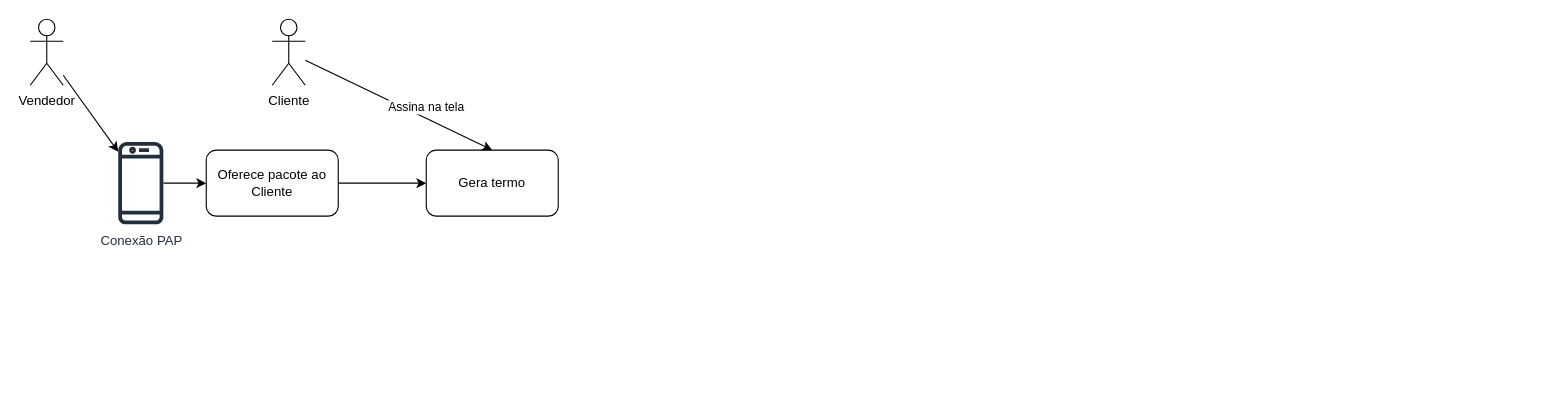
Above: RGC - Geração de termo no Conexão.drawio in samirali/ClaroBrasil (draw.io), before the change. Source tidied: cells renumbered, new cells numbered last; positions are measured from the earlier drawing's top-left corner, leaving out a move shared by most shapes. Both pictures are drawn from the tidied source at 110%, with x=0, y=0 at pixel (30, 19). Pictures stored in the file or linked from it are replaced by grey dashed boxes.
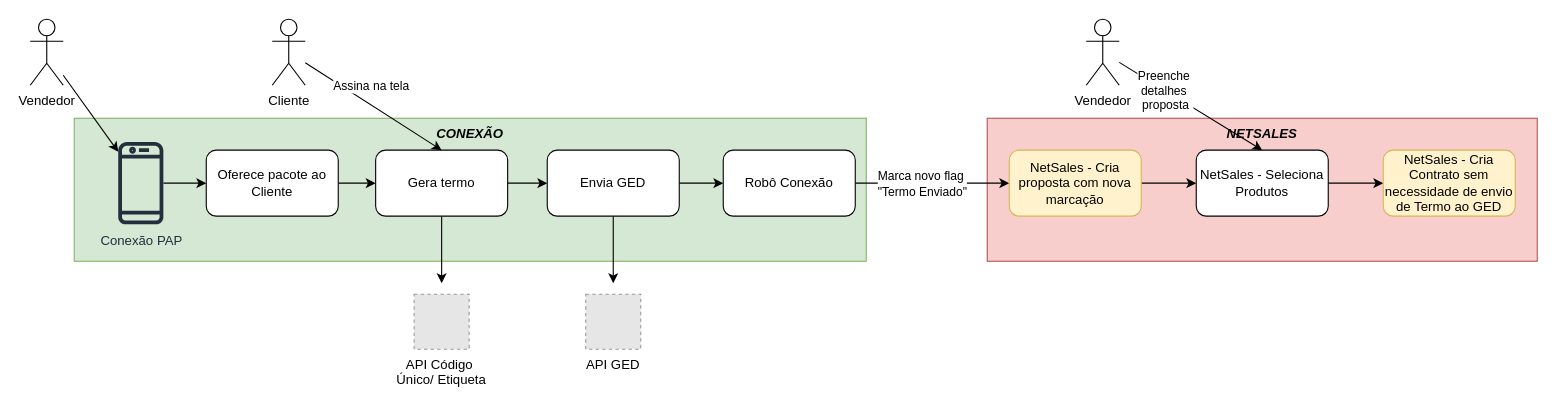
The same diagram, later.

Unchanged cells that the change refers to:
```xml
<mxCell id="10" style="endArrow=classic;html=1;rounded=0;entryX=0.5;entryY=0;entryDx=0;entryDy=0;" parent="1" edge="1" source="9" target="8">
  <mxGeometry relative="1" as="geometry" />
</mxCell>
```

Diff of the diagram source:
```diff
@@
+    <mxCell id="12" value="NETSALES" style="rounded=0;whiteSpace=wrap;html=1;fillColor=#f8cecc;strokeColor=#b85450;verticalAlign=top;fontStyle=3;" parent="1" vertex="1">
+      <mxGeometry x="870" y="90" width="500" height="130" as="geometry" />
+    </mxCell>
+    <mxCell id="13" value="CONEXÃO" style="rounded=0;whiteSpace=wrap;html=1;fillColor=#d5e8d4;strokeColor=#82b366;verticalAlign=top;fontStyle=3;fontColor=#000000;" parent="1" vertex="1">
+      <mxGeometry x="40" y="90" width="720" height="130" as="geometry" />
+    </mxCell>
@@
+    <mxCell id="14" style="edgeStyle=orthogonalEdgeStyle;rounded=0;jettySize=auto;html=1;" parent="1" edge="1" source="8">
+      <mxGeometry relative="1" as="geometry">
+        <mxPoint x="374" y="240" as="targetPoint" />
+      </mxGeometry>
+    </mxCell>
+    <mxCell id="15" style="edgeStyle=orthogonalEdgeStyle;rounded=0;jettySize=auto;html=1;" parent="1" edge="1" source="8" target="18">
+      <mxGeometry relative="1" as="geometry" />
+    </mxCell>
     <mxCell id="8" value="Gera termo" style="whiteSpace=wrap;html=1;rounded=1;" parent="1" vertex="1">
-      <mxGeometry x="360" y="119" width="120" height="60" as="geometry" />
+      <mxGeometry x="314" y="119" width="120" height="60" as="geometry" />
     </mxCell>
@@
     <mxCell id="11" value="Assina na tela" style="edgeLabel;html=1;align=center;verticalAlign=middle;" parent="10" vertex="1">
       <mxGeometry x="-0.25" y="-1" relative="1" as="geometry">
-        <mxPoint x="46" y="11" as="offset" />
+        <mxPoint x="14" y="-10" as="offset" />
       </mxGeometry>
     </mxCell>
+    <mxCell id="16" style="edgeStyle=orthogonalEdgeStyle;rounded=0;jettySize=auto;html=1;entryX=0.5;entryY=0;entryDx=0;entryDy=0;" parent="1" edge="1" source="18">
+      <mxGeometry relative="1" as="geometry">
+        <mxPoint x="530" y="240" as="targetPoint" />
+      </mxGeometry>
+    </mxCell>
+    <mxCell id="17" style="edgeStyle=orthogonalEdgeStyle;rounded=0;jettySize=auto;html=1;" parent="1" edge="1" source="18" target="21">
+      <mxGeometry relative="1" as="geometry" />
+    </mxCell>
+    <mxCell id="18" value="Envia GED" style="whiteSpace=wrap;html=1;rounded=1;" parent="1" vertex="1">
+      <mxGeometry x="470" y="119" width="120" height="60" as="geometry" />
+    </mxCell>
+    <mxCell id="19" style="edgeStyle=orthogonalEdgeStyle;rounded=0;jettySize=auto;html=1;" parent="1" edge="1" source="21" target="23">
+      <mxGeometry relative="1" as="geometry" />
+    </mxCell>
+    <mxCell id="20" value="Marca novo flag&amp;nbsp;&lt;div&gt;&quot;Termo Enviado&quot;&lt;/div&gt;" style="edgeLabel;html=1;align=center;verticalAlign=middle;" parent="19" vertex="1">
+      <mxGeometry x="0.14" y="6" relative="1" as="geometry">
+        <mxPoint x="-20" y="6" as="offset" />
+      </mxGeometry>
+    </mxCell>
+    <mxCell id="21" value="Robô Conexão" style="whiteSpace=wrap;html=1;rounded=1;" parent="1" vertex="1">
+      <mxGeometry x="630" y="119" width="120" height="60" as="geometry" />
+    </mxCell>
+    <mxCell id="22" style="edgeStyle=orthogonalEdgeStyle;rounded=0;jettySize=auto;html=1;" parent="1" edge="1" source="23" target="25">
+      <mxGeometry relative="1" as="geometry" />
+    </mxCell>
+    <mxCell id="23" value="NetSales - Cria proposta&amp;nbsp;&lt;span style=&quot;background-color: transparent; color: light-dark(rgb(0, 0, 0), rgb(255, 255, 255));&quot;&gt;com nova marcação&lt;/span&gt;" style="whiteSpace=wrap;html=1;rounded=1;fillColor=#fff2cc;strokeColor=#d6b656;" parent="1" vertex="1">
+      <mxGeometry x="890" y="119" width="120" height="60" as="geometry" />
+    </mxCell>
+    <mxCell id="24" style="edgeStyle=orthogonalEdgeStyle;rounded=0;jettySize=auto;html=1;" parent="1" edge="1" source="25" target="29">
+      <mxGeometry relative="1" as="geometry" />
+    </mxCell>
+    <mxCell id="25" value="NetSales - Seleciona Produtos" style="whiteSpace=wrap;html=1;rounded=1;" parent="1" vertex="1">
+      <mxGeometry x="1060" y="119" width="120" height="60" as="geometry" />
+    </mxCell>
+    <mxCell id="26" value="Vendedor" style="shape=umlActor;verticalLabelPosition=bottom;verticalAlign=top;html=1;outlineConnect=0;" parent="1" vertex="1">
+      <mxGeometry x="960" width="30" height="60" as="geometry" />
+    </mxCell>
+    <mxCell id="27" style="endArrow=classic;html=1;rounded=0;entryX=0.5;entryY=0;entryDx=0;entryDy=0;" parent="1" edge="1" source="26" target="25">
+      <mxGeometry relative="1" as="geometry" />
+    </mxCell>
+    <mxCell id="28" value="Preenche&amp;nbsp;&lt;div&gt;detalhes&amp;nbsp;&lt;/div&gt;&lt;div&gt;proposta&lt;/div&gt;" style="edgeLabel;html=1;align=center;verticalAlign=middle;" parent="27" vertex="1">
+      <mxGeometry x="-0.37" y="1" relative="1" as="geometry">
+        <mxPoint y="1" as="offset" />
+      </mxGeometry>
+    </mxCell>
+    <mxCell id="29" value="NetSales - Cria Contrato sem necessidade de envio de Termo ao GED" style="whiteSpace=wrap;html=1;rounded=1;fillColor=#fff2cc;strokeColor=#d6b656;" parent="1" vertex="1">
+      <mxGeometry x="1230" y="119" width="120" height="60" as="geometry" />
+    </mxCell>
+    <mxCell id="30" value="API Código &#10;Único/ Etiqueta" style="fillColor=#E6E6E6;strokeColor=#999999;dashed=1;verticalLabelPosition=bottom;labelBackgroundColor=default;verticalAlign=top;" parent="1" vertex="1">
+      <mxGeometry x="349" y="250" width="50" height="50" as="geometry" />
+    </mxCell>
+    <mxCell id="31" value="API GED" style="fillColor=#E6E6E6;strokeColor=#999999;dashed=1;verticalLabelPosition=bottom;labelBackgroundColor=default;verticalAlign=top;" parent="1" vertex="1">
+      <mxGeometry x="505" y="250" width="50" height="50" as="geometry" />
+    </mxCell>
```
